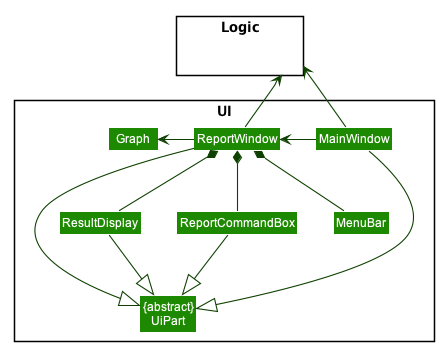
Above: images/ReportUIClassDiagram.png in AY1920S2-CS2103T-T10-3/main (PlantUML), before the change.
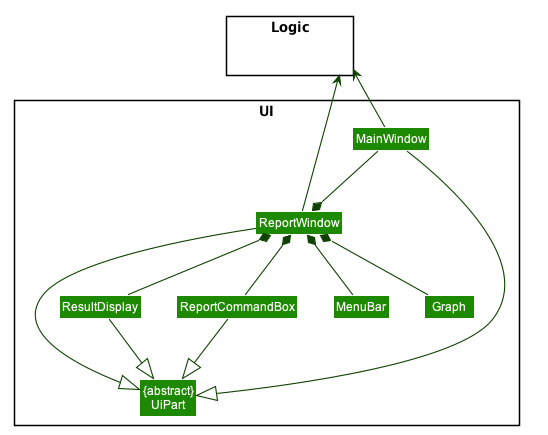
After the commit.

Change to the diagram source:
```diff
@@ -64,10 +64,11 @@
 package Logic <<Rectangle>> {
 Class HiddenLogic #FFFFFF
 }
-MainWindow -left-> ReportWindow
+
 MainWindow -up-> Logic
-ReportWindow -left-> Graph
+ReportWindow *-- Graph
 ReportWindow -up-> Logic
+MainWindow --* ReportWindow
 
 
 ReportWindow *-down- ReportCommandBox
```
